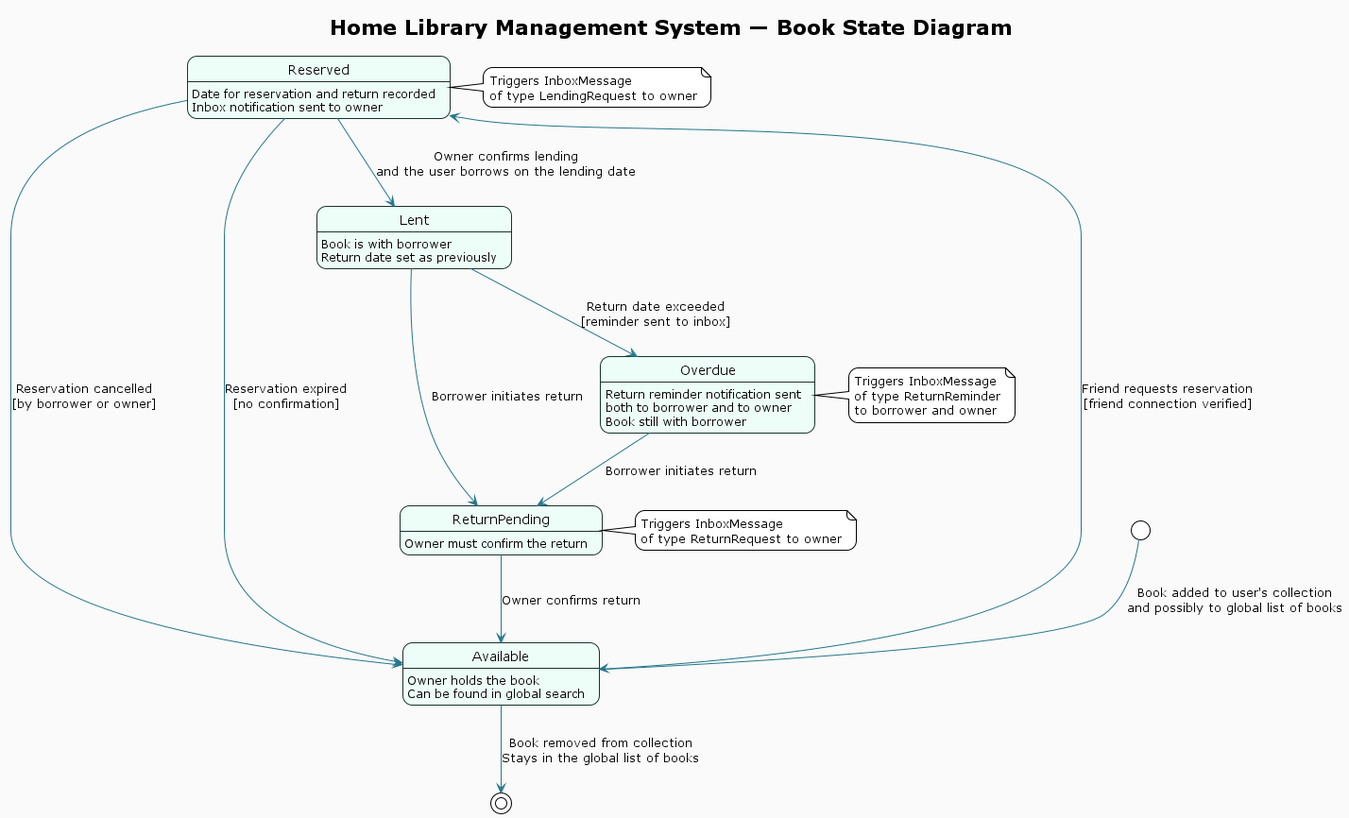
c0pson/026_DSA_4_COPEK keeps this PlantUML diagram as docs/diagrams/out/library_state_diagram_book.png. Above is the earlier version. Source of this version:
```plantuml
@startuml
!theme plain
skinparam BackgroundColor #fafafa
skinparam RoundCorner 20
skinparam state {
  BorderColor #16342c
  BackgroundColor #edfdf8
  ArrowColor #24768b
}

title Home Library Management System — Book State Diagram

[*] --> Available : Book added to user's collection\nand possibly to global list of books

Available : Owner holds the book
Available : Can be found in global search

Available --> Reserved : Friend requests reservation\n[friend connection verified]

Reserved : Date for reservation and return recorded
Reserved : Inbox notification sent to owner

note right of Reserved
  Triggers InboxMessage
  of type LendingRequest to owner
end note

Reserved --> Lent : Owner confirms lending\nand the user borrows on the lending date
Reserved --> Available : Reservation cancelled\n[by borrower or owner]
Reserved --> Available : Reservation expired\n[no confirmation]

Lent : Book is with borrower
Lent : Return date set as previously

Lent --> ReturnPending : Borrower initiates return
Lent --> Overdue : Return date exceeded\n[reminder sent to inbox]

ReturnPending : Owner must confirm the return

note right of ReturnPending
  Triggers InboxMessage
  of type ReturnRequest to owner
end note

ReturnPending --> Available : Owner confirms return

Overdue : Return reminder notification sent\nboth to borrower and to owner
Overdue : Book still with borrower

note right of Overdue
  Triggers InboxMessage
  of type ReturnReminder
  to borrower and owner
end note

Overdue --> ReturnPending : Borrower initiates return

Available --> [*] : Book removed from collection\nStays in the global list of books

@enduml
```
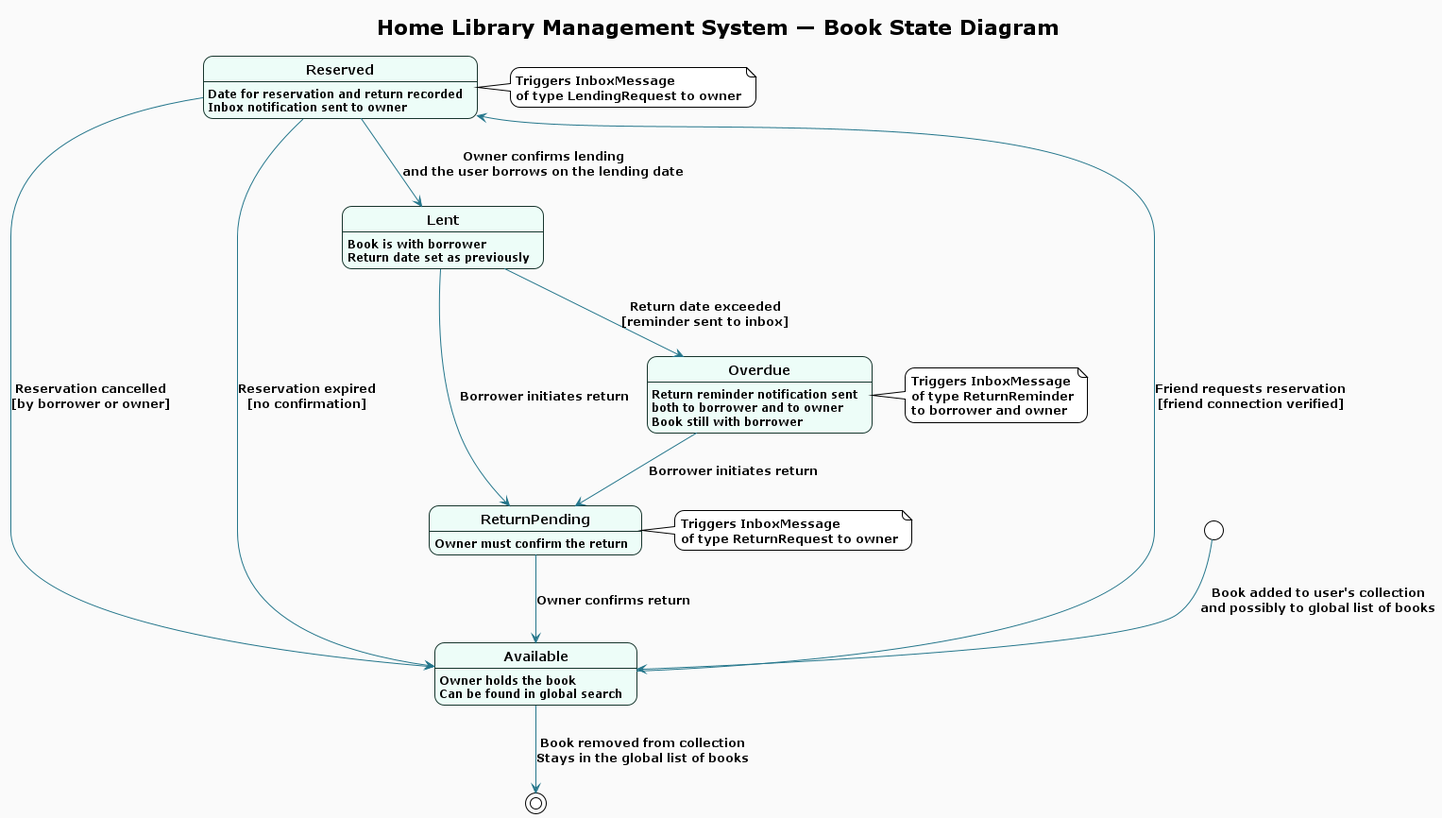
The same diagram one commit later.

The edit, as a diff of the source:
```diff
@@ -1,4 +1,5 @@
-@startuml
+@startuml state Diagram
+
 !theme plain
 skinparam BackgroundColor #fafafa
 skinparam RoundCorner 20
```
